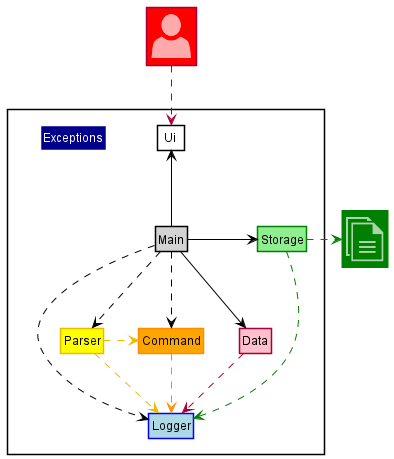
The PlantUML diagram docs/umldg/BasicArchitecture.png in nus-cs2113-AY2122S1/tp, before a commit.
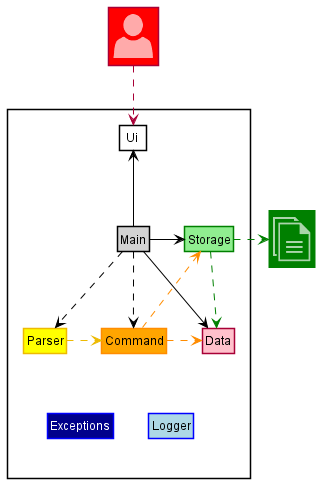
The same file after the commit.

Commit message:
some more changes to architecture uml

The edit, as a diff of the source:
```diff
@@ -14,24 +14,23 @@
 class Main #LightGrey ##Black
 class Storage #LightGreen ##Green
 class " Ui  " as Ui #White ##Black
-class Logger #LightBlue ##Blue
 class Data #Pink
 class Parser #Yellow ##edba02
 class Command #Orange ##DarkOrange
-class Exceptions #DarkBlue;text:White##White
+together {
+class Logger #LightBlue ##Blue
+class Exceptions #DarkBlue;text:White##Blue
 }
-
-
-Parser .[#edba02]down.> Logger
-Command .[#DarkOrange]down.> Logger
+}
+Command .down[hidden].>Logger
+Command .right[#DarkOrange].> Data
+Command .left[#DarkOrange].> Storage
 Main .[#Black]down.> Command
-Data .down.> Logger
-Storage .[#Green]down.> Logger
 User .down.> Ui
 Main -[#Black]down-> Data
 Main .down[#Black].> Parser
-Main .right[#Black].> Logger
 Storage .right[#Green].> File
+Storage .[#Green].> Data
 Main -right[#Black]->  Storage
 Main -up[#Black]->  Ui
 Parser .right[#edba02].> Command
```
